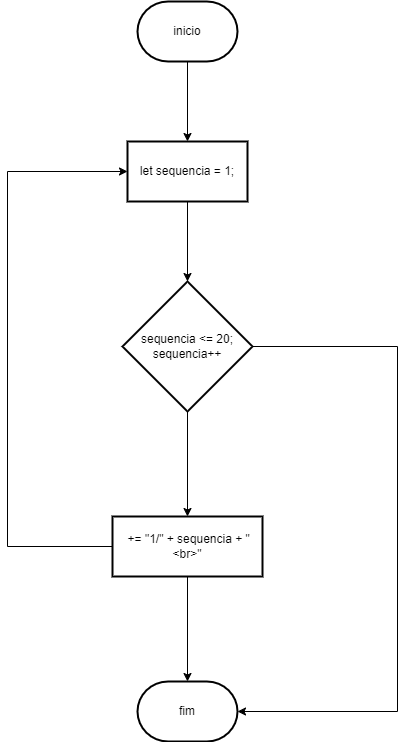
This is fluxogramaSequencia.png from HugoSalv3s/AtividadeLoop, a draw.io export, as it was before one commit. Source tidied: cells renumbered, new cells last; positions are measured from the earlier drawing's top-left corner, leaving out a move shared by most shapes.
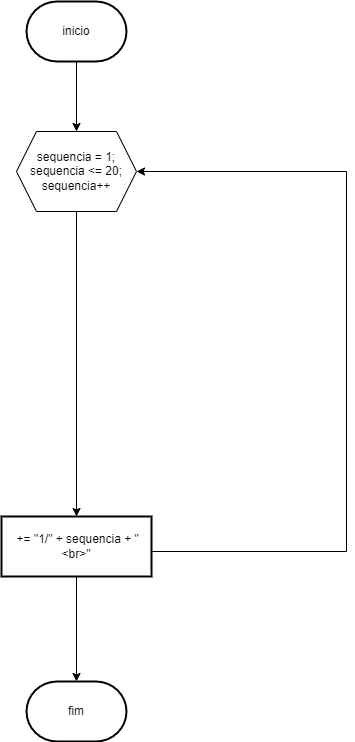
After the commit.

Diff of the diagram source:
```diff
@@ -2,48 +2,35 @@
   <root>
     <mxCell id="0" />
     <mxCell id="1" parent="0" />
-    <mxCell id="2" style="edgeStyle=orthogonalEdgeStyle;rounded=0;jettySize=auto;html=1;" parent="1" edge="1" source="3" target="10">
-      <mxGeometry relative="1" as="geometry" />
-    </mxCell>
+    <mxCell id="13" style="edgeStyle=orthogonalEdgeStyle;rounded=0;jettySize=auto;html=1;" parent="1" edge="1" source="3" target="16">
+      <mxGeometry relative="1" as="geometry" />
+    </mxCell>
     <mxCell id="3" value="inicio" style="strokeWidth=2;html=1;shape=mxgraph.flowchart.terminator;whiteSpace=wrap;" parent="1" vertex="1">
       <mxGeometry x="130" width="100" height="60" as="geometry" />
     </mxCell>
-    <mxCell id="4" style="edgeStyle=orthogonalEdgeStyle;rounded=0;jettySize=auto;html=1;" parent="1" edge="1" source="5" target="8">
-      <mxGeometry relative="1" as="geometry" />
-    </mxCell>
-    <mxCell id="5" value="sequencia &amp;lt;= 20; sequencia++" style="rhombus;whiteSpace=wrap;html=1;strokeWidth=2;" parent="1" vertex="1">
-      <mxGeometry x="115" y="280" width="130" height="130" as="geometry" />
-    </mxCell>
     <mxCell id="6" style="edgeStyle=orthogonalEdgeStyle;rounded=0;jettySize=auto;html=1;" parent="1" edge="1" source="8" target="11">
       <mxGeometry relative="1" as="geometry" />
     </mxCell>
-    <mxCell id="7" style="edgeStyle=orthogonalEdgeStyle;rounded=0;jettySize=auto;html=1;entryX=0;entryY=0.5;entryDx=0;entryDy=0;" parent="1" edge="1" source="8" target="10">
-      <mxGeometry relative="1" as="geometry">
-        <Array as="points">
-          <mxPoint y="545" />
-          <mxPoint y="170" />
-        </Array>
-      </mxGeometry>
-    </mxCell>
+    <mxCell id="14" style="edgeStyle=orthogonalEdgeStyle;rounded=0;jettySize=auto;html=1;entryX=1;entryY=0.5;entryDx=0;entryDy=0;" parent="1" edge="1" source="8">
+      <mxGeometry relative="1" as="geometry">
+        <mxPoint x="240" y="170" as="targetPoint" />
+        <Array as="points">
+          <mxPoint x="450" y="550" />
+          <mxPoint x="450" y="170" />
+        </Array>
+      </mxGeometry>
+    </mxCell>
     <mxCell id="8" value="&amp;nbsp;+= &quot;1/&quot; + sequencia + &quot;&amp;lt;br&amp;gt;&quot;" style="whiteSpace=wrap;html=1;strokeWidth=2;" parent="1" vertex="1">
       <mxGeometry x="105" y="515" width="150" height="60" as="geometry" />
     </mxCell>
-    <mxCell id="9" style="edgeStyle=orthogonalEdgeStyle;rounded=0;jettySize=auto;html=1;" parent="1" edge="1" source="10" target="5">
-      <mxGeometry relative="1" as="geometry" />
-    </mxCell>
-    <mxCell id="10" value="let sequencia = 1;" style="whiteSpace=wrap;html=1;strokeWidth=2;" parent="1" vertex="1">
-      <mxGeometry x="120" y="140" width="120" height="60" as="geometry" />
-    </mxCell>
     <mxCell id="11" value="fim" style="strokeWidth=2;html=1;shape=mxgraph.flowchart.terminator;whiteSpace=wrap;" parent="1" vertex="1">
       <mxGeometry x="130" y="680" width="100" height="60" as="geometry" />
     </mxCell>
-    <mxCell id="12" style="edgeStyle=orthogonalEdgeStyle;rounded=0;jettySize=auto;html=1;entryX=1;entryY=0.5;entryDx=0;entryDy=0;entryPerimeter=0;" parent="1" edge="1" source="5" target="11">
-      <mxGeometry relative="1" as="geometry">
-        <Array as="points">
-          <mxPoint x="390" y="345" />
-          <mxPoint x="390" y="710" />
-        </Array>
-      </mxGeometry>
-    </mxCell>
+    <mxCell id="15" style="edgeStyle=orthogonalEdgeStyle;rounded=0;jettySize=auto;html=1;entryX=0.5;entryY=0;entryDx=0;entryDy=0;" parent="1" edge="1" source="16" target="8">
+      <mxGeometry relative="1" as="geometry" />
+    </mxCell>
+    <mxCell id="16" value="sequencia = 1; sequencia &amp;lt;= 20; sequencia++" style="shape=hexagon;perimeter=hexagonPerimeter2;whiteSpace=wrap;html=1;fixedSize=1;" parent="1" vertex="1">
+      <mxGeometry x="120" y="130" width="120" height="80" as="geometry" />
+    </mxCell>
   </root>
 </mxGraphModel>
```
